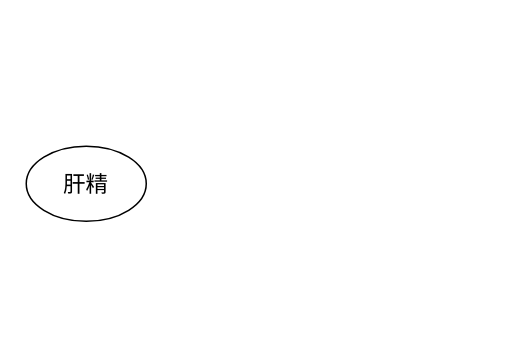
Earlier version of the draw.io diagram 医门推敲叁/中医藏象学说/藏象学说之肝/肝精、精气/001肝气.drawio (328507133/chart). Source tidied: cells renumbered, new cells numbered last; positions are measured from the earlier drawing's top-left corner, leaving out a move shared by most shapes. Both pictures are drawn from the tidied source at 150%, with x=0, y=0 at pixel (26, 146).
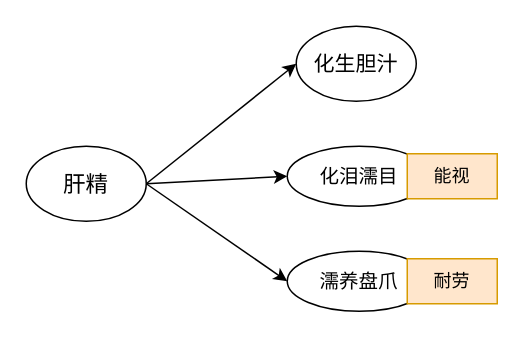
Above is the later version.

The edit, as a diff of the source:
```diff
@@
 <mxGraphModel>
   <root>
     <mxCell id="0" />
     <mxCell id="1" parent="0" />
     <mxCell id="2" value="肝精" style="ellipse;whiteSpace=wrap;html=1;fontSize=15;" parent="1" vertex="1">
       <mxGeometry width="80" height="50" as="geometry" />
     </mxCell>
+    <mxCell id="3" value="化生胆汁" style="ellipse;whiteSpace=wrap;html=1;fontSize=14;" parent="1" vertex="1">
+      <mxGeometry x="180" y="-80" width="80" height="50" as="geometry" />
+    </mxCell>
+    <mxCell id="4" style="group;" parent="1" vertex="1">
+      <mxGeometry x="194" width="120" height="40" as="geometry" />
+    </mxCell>
+    <mxCell id="5" value="化泪濡目" style="ellipse;whiteSpace=wrap;html=1;fontSize=13;" parent="4" vertex="1">
+      <mxGeometry x="-20" width="96" height="40" as="geometry" />
+    </mxCell>
+    <mxCell id="6" style="endArrow=classic;html=1;rounded=0;exitX=1;exitY=0.5;exitDx=0;exitDy=0;" parent="4" edge="1" source="5" target="7">
+      <mxGeometry relative="1" as="geometry" />
+    </mxCell>
+    <mxCell id="7" value="能视" style="text;html=1;strokeColor=#d79b00;fillColor=#ffe6cc;align=center;verticalAlign=middle;whiteSpace=wrap;rounded=0;" parent="4" vertex="1">
+      <mxGeometry x="60" y="5" width="60" height="30" as="geometry" />
+    </mxCell>
+    <mxCell id="8" style="group;" parent="1" vertex="1">
+      <mxGeometry x="194" y="70" width="120" height="40" as="geometry" />
+    </mxCell>
+    <mxCell id="9" value="濡养盘爪" style="ellipse;whiteSpace=wrap;html=1;fontSize=13;" parent="8" vertex="1">
+      <mxGeometry x="-20" width="96" height="40" as="geometry" />
+    </mxCell>
+    <mxCell id="10" style="endArrow=classic;html=1;rounded=0;exitX=1;exitY=0.5;exitDx=0;exitDy=0;" parent="8" edge="1" source="9" target="11">
+      <mxGeometry relative="1" as="geometry" />
+    </mxCell>
+    <mxCell id="11" value="耐劳" style="text;html=1;strokeColor=#d79b00;fillColor=#ffe6cc;align=center;verticalAlign=middle;whiteSpace=wrap;rounded=0;" parent="8" vertex="1">
+      <mxGeometry x="60" y="5" width="60" height="30" as="geometry" />
+    </mxCell>
+    <mxCell id="12" style="endArrow=classic;html=1;rounded=0;entryX=0;entryY=0.5;entryDx=0;entryDy=0;exitX=1;exitY=0.5;exitDx=0;exitDy=0;" parent="1" edge="1" source="2" target="3">
+      <mxGeometry relative="1" as="geometry" />
+    </mxCell>
+    <mxCell id="13" style="endArrow=classic;html=1;rounded=0;entryX=0;entryY=0.5;entryDx=0;entryDy=0;exitX=1;exitY=0.5;exitDx=0;exitDy=0;" parent="1" edge="1" source="2" target="5">
+      <mxGeometry relative="1" as="geometry" />
+    </mxCell>
+    <mxCell id="14" style="endArrow=classic;html=1;rounded=0;entryX=0;entryY=0.5;entryDx=0;entryDy=0;exitX=1;exitY=0.5;exitDx=0;exitDy=0;" parent="1" edge="1" source="2" target="9">
+      <mxGeometry relative="1" as="geometry" />
+    </mxCell>
   </root>
 </mxGraphModel>
```
